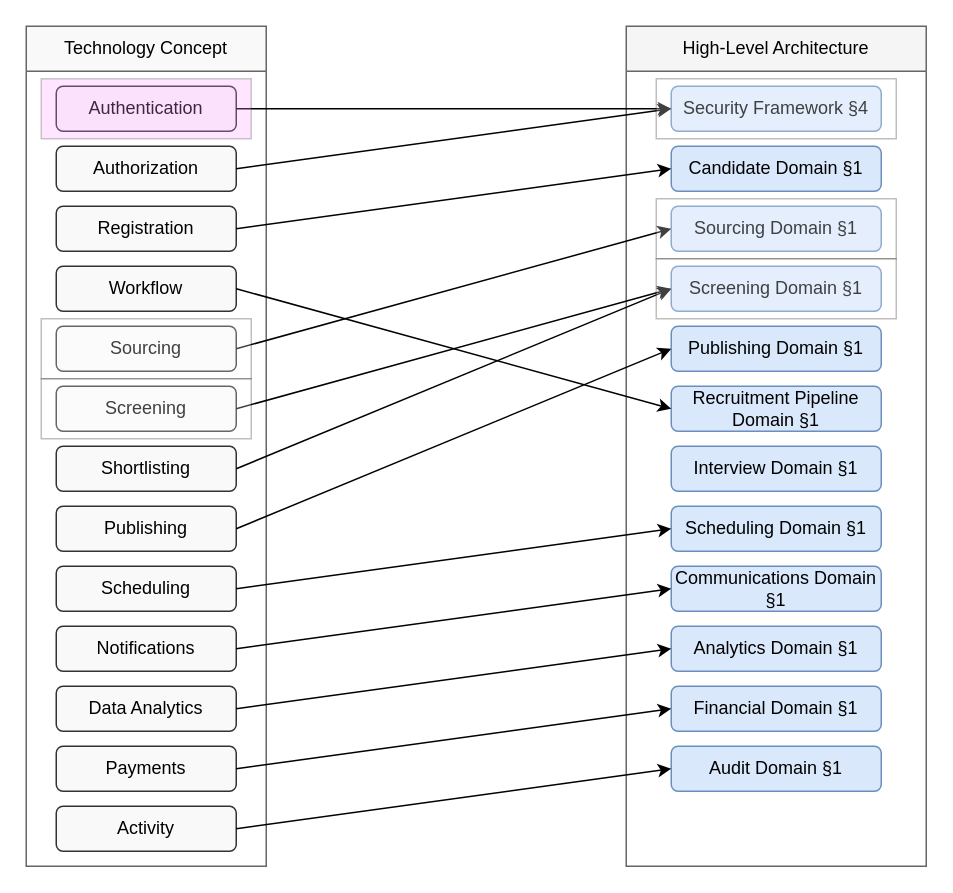
This is docs/architecture/diagrams/concept-to-architecture-mapping.drawio from artha-nirman/cognitive-hire, a draw.io file, before an edit. Source tidied: cells renumbered, new cells numbered last; positions are measured from the earlier drawing's top-left corner, leaving out a move shared by most shapes. Both pictures are drawn from the tidied source at 150%, with x=0, y=0 at pixel (26, 26).
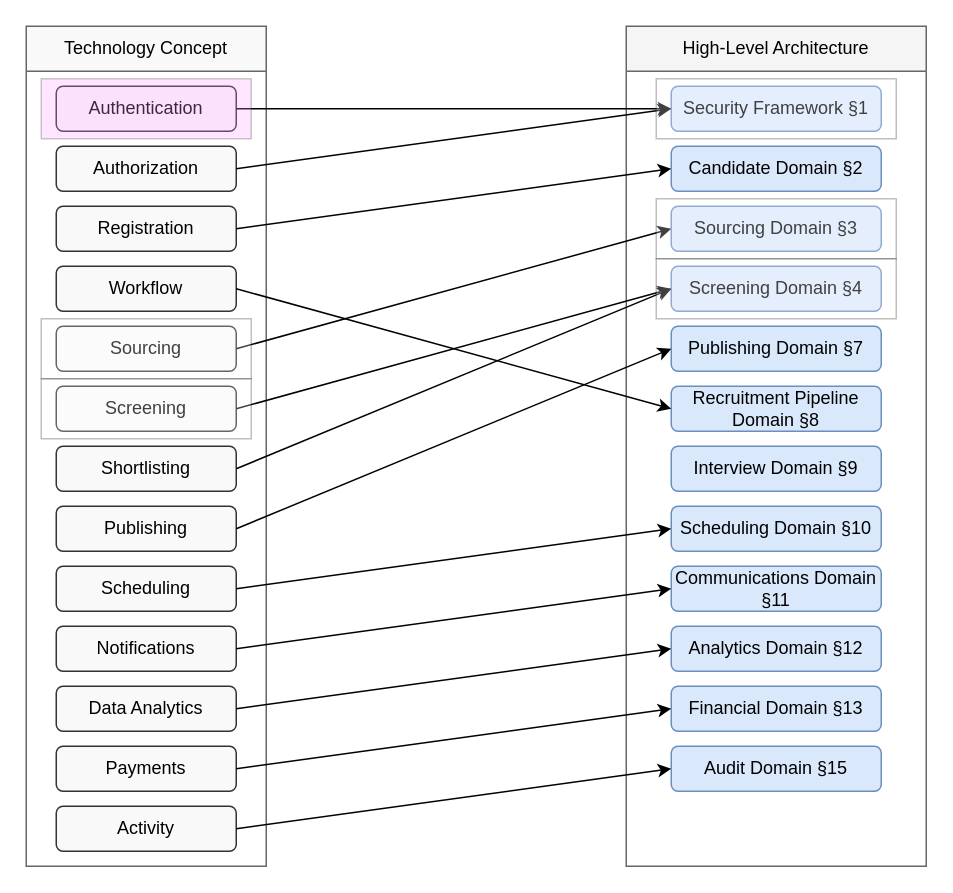
The same diagram, later.

Commit message (it also covers changes not shown here):
design for screening domain

Change to the diagram source:
```diff
@@
-    <mxCell id="17" value="Security Framework §4" style="rounded=1;whiteSpace=wrap;html=1;fillColor=#dae8fc;strokeColor=#6c8ebf;" parent="1" vertex="1">
+    <mxCell id="17" value="Security Framework §1" style="rounded=1;whiteSpace=wrap;html=1;fillColor=#dae8fc;strokeColor=#6c8ebf;" parent="1" vertex="1">
       <mxGeometry x="430" y="40" width="140" height="30" as="geometry" />
     </mxCell>
-    <mxCell id="18" value="Candidate Domain §1" style="rounded=1;whiteSpace=wrap;html=1;fillColor=#dae8fc;strokeColor=#6c8ebf;" parent="1" vertex="1">
+    <mxCell id="18" value="Candidate Domain §2" style="rounded=1;whiteSpace=wrap;html=1;fillColor=#dae8fc;strokeColor=#6c8ebf;" parent="1" vertex="1">
       <mxGeometry x="430" y="80" width="140" height="30" as="geometry" />
     </mxCell>
-    <mxCell id="19" value="Sourcing Domain §1" style="rounded=1;whiteSpace=wrap;html=1;fillColor=#dae8fc;strokeColor=#6c8ebf;" parent="1" vertex="1">
+    <mxCell id="19" value="Sourcing Domain §3" style="rounded=1;whiteSpace=wrap;html=1;fillColor=#dae8fc;strokeColor=#6c8ebf;" parent="1" vertex="1">
       <mxGeometry x="430" y="120" width="140" height="30" as="geometry" />
     </mxCell>
-    <mxCell id="20" value="Screening Domain §1" style="rounded=1;whiteSpace=wrap;html=1;fillColor=#dae8fc;strokeColor=#6c8ebf;" parent="1" vertex="1">
+    <mxCell id="20" value="Screening Domain §4" style="rounded=1;whiteSpace=wrap;html=1;fillColor=#dae8fc;strokeColor=#6c8ebf;" parent="1" vertex="1">
       <mxGeometry x="430" y="160" width="140" height="30" as="geometry" />
     </mxCell>
-    <mxCell id="21" value="Publishing Domain §1" style="rounded=1;whiteSpace=wrap;html=1;fillColor=#dae8fc;strokeColor=#6c8ebf;" parent="1" vertex="1">
+    <mxCell id="21" value="Publishing Domain §7" style="rounded=1;whiteSpace=wrap;html=1;fillColor=#dae8fc;strokeColor=#6c8ebf;" parent="1" vertex="1">
       <mxGeometry x="430" y="200" width="140" height="30" as="geometry" />
     </mxCell>
-    <mxCell id="22" value="Recruitment Pipeline Domain §1" style="rounded=1;whiteSpace=wrap;html=1;fillColor=#dae8fc;strokeColor=#6c8ebf;" parent="1" vertex="1">
+    <mxCell id="22" value="Recruitment Pipeline Domain §8" style="rounded=1;whiteSpace=wrap;html=1;fillColor=#dae8fc;strokeColor=#6c8ebf;" parent="1" vertex="1">
       <mxGeometry x="430" y="240" width="140" height="30" as="geometry" />
     </mxCell>
-    <mxCell id="23" value="Interview Domain §1" style="rounded=1;whiteSpace=wrap;html=1;fillColor=#dae8fc;strokeColor=#6c8ebf;" parent="1" vertex="1">
+    <mxCell id="23" value="Interview Domain §9" style="rounded=1;whiteSpace=wrap;html=1;fillColor=#dae8fc;strokeColor=#6c8ebf;" parent="1" vertex="1">
       <mxGeometry x="430" y="280" width="140" height="30" as="geometry" />
     </mxCell>
-    <mxCell id="24" value="Scheduling Domain §1" style="rounded=1;whiteSpace=wrap;html=1;fillColor=#dae8fc;strokeColor=#6c8ebf;" parent="1" vertex="1">
+    <mxCell id="24" value="Scheduling Domain §10" style="rounded=1;whiteSpace=wrap;html=1;fillColor=#dae8fc;strokeColor=#6c8ebf;" parent="1" vertex="1">
       <mxGeometry x="430" y="320" width="140" height="30" as="geometry" />
     </mxCell>
-    <mxCell id="25" value="Communications Domain §1" style="rounded=1;whiteSpace=wrap;html=1;fillColor=#dae8fc;strokeColor=#6c8ebf;" parent="1" vertex="1">
+    <mxCell id="25" value="Communications Domain §11" style="rounded=1;whiteSpace=wrap;html=1;fillColor=#dae8fc;strokeColor=#6c8ebf;" parent="1" vertex="1">
       <mxGeometry x="430" y="360" width="140" height="30" as="geometry" />
     </mxCell>
-    <mxCell id="26" value="Analytics Domain §1" style="rounded=1;whiteSpace=wrap;html=1;fillColor=#dae8fc;strokeColor=#6c8ebf;" parent="1" vertex="1">
+    <mxCell id="26" value="Analytics Domain §12" style="rounded=1;whiteSpace=wrap;html=1;fillColor=#dae8fc;strokeColor=#6c8ebf;" parent="1" vertex="1">
       <mxGeometry x="430" y="400" width="140" height="30" as="geometry" />
     </mxCell>
-    <mxCell id="27" value="Financial Domain §1" style="rounded=1;whiteSpace=wrap;html=1;fillColor=#dae8fc;strokeColor=#6c8ebf;" parent="1" vertex="1">
+    <mxCell id="27" value="Financial Domain §13" style="rounded=1;whiteSpace=wrap;html=1;fillColor=#dae8fc;strokeColor=#6c8ebf;" parent="1" vertex="1">
       <mxGeometry x="430" y="440" width="140" height="30" as="geometry" />
     </mxCell>
-    <mxCell id="28" value="Audit Domain §1" style="rounded=1;whiteSpace=wrap;html=1;fillColor=#dae8fc;strokeColor=#6c8ebf;" parent="1" vertex="1">
+    <mxCell id="28" value="Audit Domain §15" style="rounded=1;whiteSpace=wrap;html=1;fillColor=#dae8fc;strokeColor=#6c8ebf;" parent="1" vertex="1">
       <mxGeometry x="430" y="480" width="140" height="30" as="geometry" />
     </mxCell>
```
